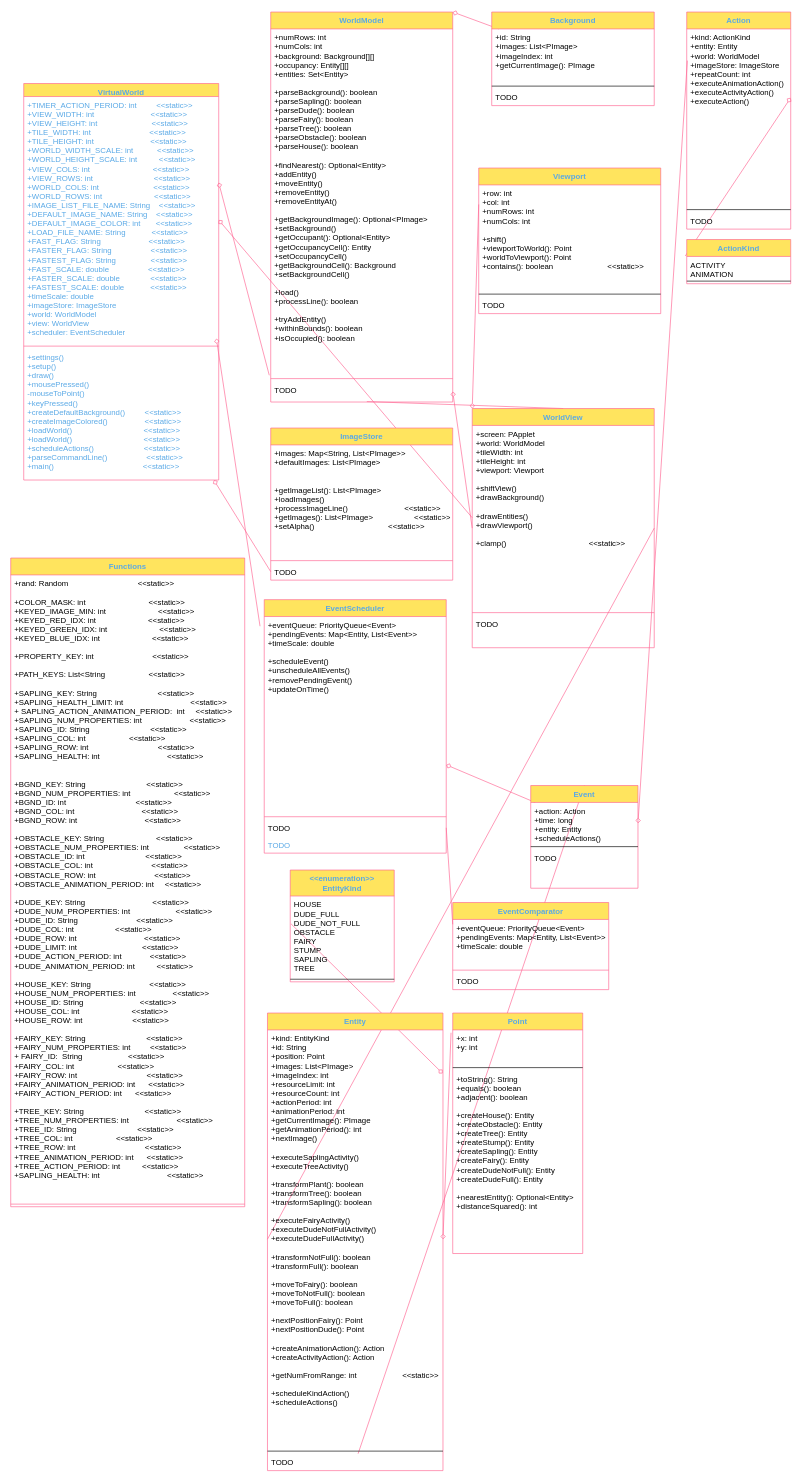
Earlier version of the draw.io diagram Interfaces.drawio (IsaacFigNewton/CPE-203-Final-Project). Source tidied: cells renumbered, new cells numbered last; positions are measured from the earlier drawing's top-left corner, leaving out a move shared by most shapes. Both pictures are drawn from the tidied source at 65%, with x=0, y=0 at pixel (10, 12).
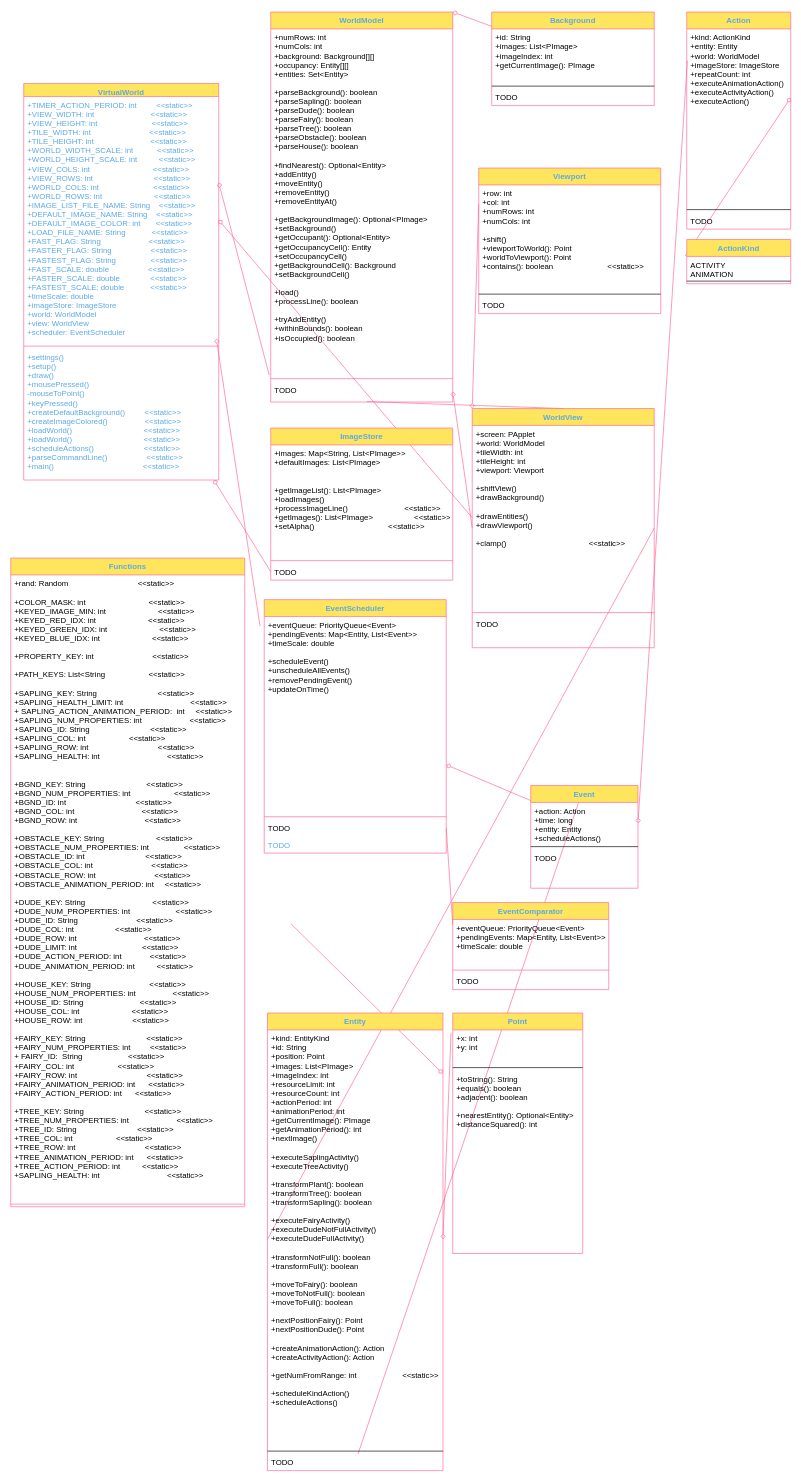
The same diagram, later.

Unchanged cells that the change refers to:
```xml
<mxCell id="45" value="Entity" style="swimlane;fontStyle=1;align=center;verticalAlign=top;horizontal=1;startSize=26;hachureGap=4;sketch=0;fontColor=#5AA9E6;strokeColor=#FF6392;fillColor=#FFE45E;" parent="1" vertex="1">
  <mxGeometry x="395" y="1540" width="270" height="704" as="geometry" />
</mxCell>
<mxCell id="60" value="Point" style="swimlane;fontStyle=1;align=center;verticalAlign=top;horizontal=1;startSize=26;hachureGap=4;sketch=0;fontColor=#5AA9E6;strokeColor=#FF6392;fillColor=#FFE45E;" parent="1" vertex="1">
  <mxGeometry x="680" y="1540" width="200" height="370" as="geometry" />
</mxCell>
```

Change to the diagram source:
```diff
@@
-    <mxCell id="12" style="graphMlID=e10;endArrow=none;strokeColor=#FF6392;strokeWidth=1.0;startArrow=diamond;startFill=0;endFill=1;fontColor=#5AA9E6;exitX=0.998;exitY=0.132;exitDx=0;exitDy=0;exitPerimeter=0;entryX=0.008;entryY=0.345;entryDx=0;entryDy=0;entryPerimeter=0;" parent="1" edge="1" source="45" target="58">
-      <mxGeometry relative="1" as="geometry" />
+    <mxCell id="12" style="graphMlID=e10;endArrow=none;strokeColor=#FF6392;strokeWidth=1.0;startArrow=diamond;startFill=0;endFill=1;fontColor=#5AA9E6;exitX=0.998;exitY=0.132;exitDx=0;exitDy=0;exitPerimeter=0;entryX=0.008;entryY=0.345;entryDx=0;entryDy=0;entryPerimeter=0;" parent="1" edge="1" source="45">
+      <mxGeometry relative="1" as="geometry">
+        <mxPoint x="431.3" y="1402.8" as="targetPoint" />
+      </mxGeometry>
     </mxCell>
@@
-    <mxCell id="57" value="&lt;&lt;enumeration&gt;&gt;&#10;EntityKind" style="swimlane;fontStyle=1;align=center;verticalAlign=top;horizontal=1;startSize=40;hachureGap=4;sketch=0;fontColor=#5AA9E6;strokeColor=#FF6392;fillColor=#FFE45E;" parent="1" vertex="1">
-      <mxGeometry x="430" y="1320" width="160" height="172" as="geometry" />
-    </mxCell>
-    <mxCell id="58" value="HOUSE&#10;DUDE_FULL&#10;DUDE_NOT_FULL&#10;OBSTACLE&#10;FAIRY&#10;STUMP&#10;SAPLING&#10;TREE" style="text;strokeColor=none;fillColor=none;align=left;verticalAlign=top;spacingLeft=4;spacingRight=4;overflow=hidden;points=[[0,0.5],[1,0.5]];portConstraint=eastwest;" parent="57" vertex="1">
-      <mxGeometry y="40" width="160" height="124" as="geometry" />
-    </mxCell>
-    <mxCell id="59" style="line;strokeWidth=1;fillColor=none;align=left;verticalAlign=middle;spacingTop=-1;spacingLeft=3;spacingRight=3;labelPosition=right;" parent="57" vertex="1">
-      <mxGeometry y="164" width="160" height="8" as="geometry" />
-    </mxCell>
@@
-    <mxCell id="63" value="+toString(): String&#10;+equals(): boolean&#10;+adjacent(): boolean&#10;&#10;+createHouse(): Entity&#10;+createObstacle(): Entity&#10;+createTree(): Entity&#10;+createStump(): Entity&#10;+createSapling(): Entity&#10;+createFairy(): Entity&#10;+createDudeNotFull(): Entity&#10;+createDudeFull(): Entity&#10;&#10;+nearestEntity(): Optional&lt;Entity&gt;&#10;+distanceSquared(): int" style="text;strokeColor=none;fillColor=none;align=left;verticalAlign=top;spacingLeft=4;spacingRight=4;overflow=hidden;" parent="60" vertex="1">
+    <mxCell id="63" value="+toString(): String&#10;+equals(): boolean&#10;+adjacent(): boolean&#10;&#10;+nearestEntity(): Optional&lt;Entity&gt;&#10;+distanceSquared(): int" style="text;strokeColor=none;fillColor=none;align=left;verticalAlign=top;spacingLeft=4;spacingRight=4;overflow=hidden;" parent="60" vertex="1">
       <mxGeometry y="88" width="200" height="282" as="geometry" />
     </mxCell>
```
